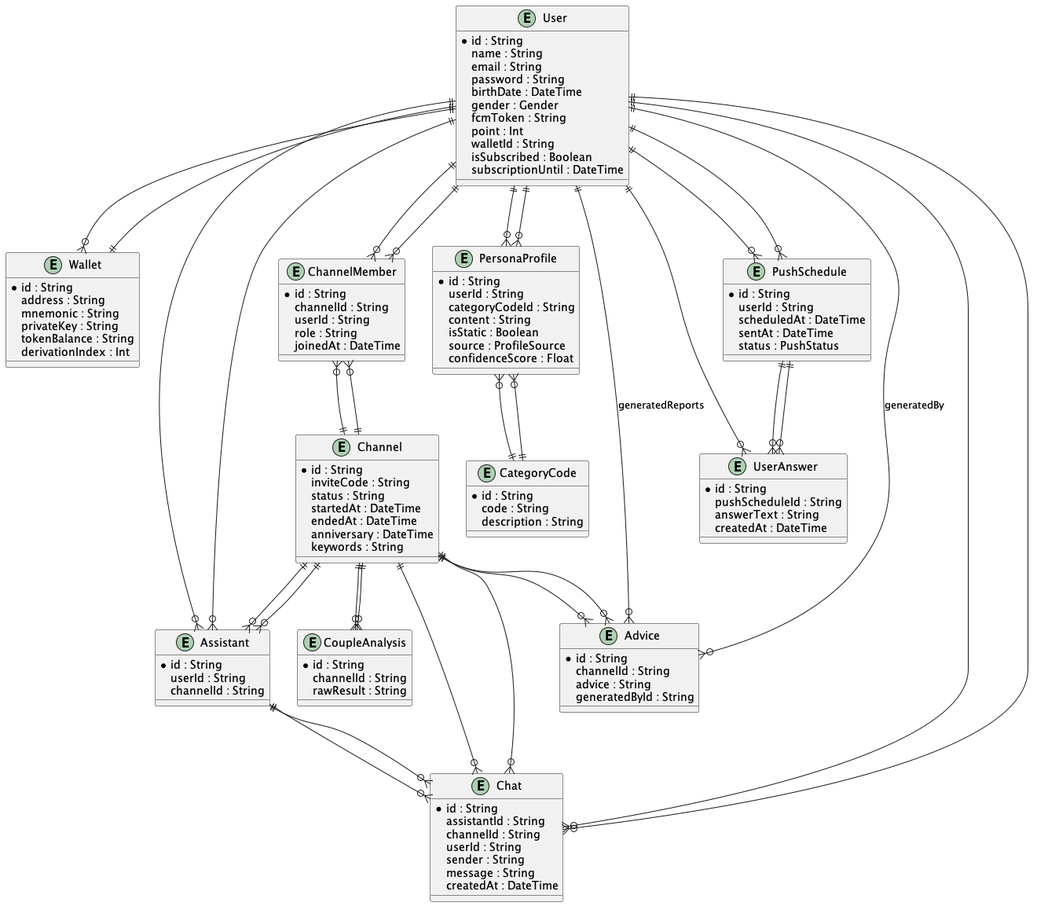
Before: docs/images/api/erd.png, a diagram exported from PlantUML (aw-birdgang/saiondo).
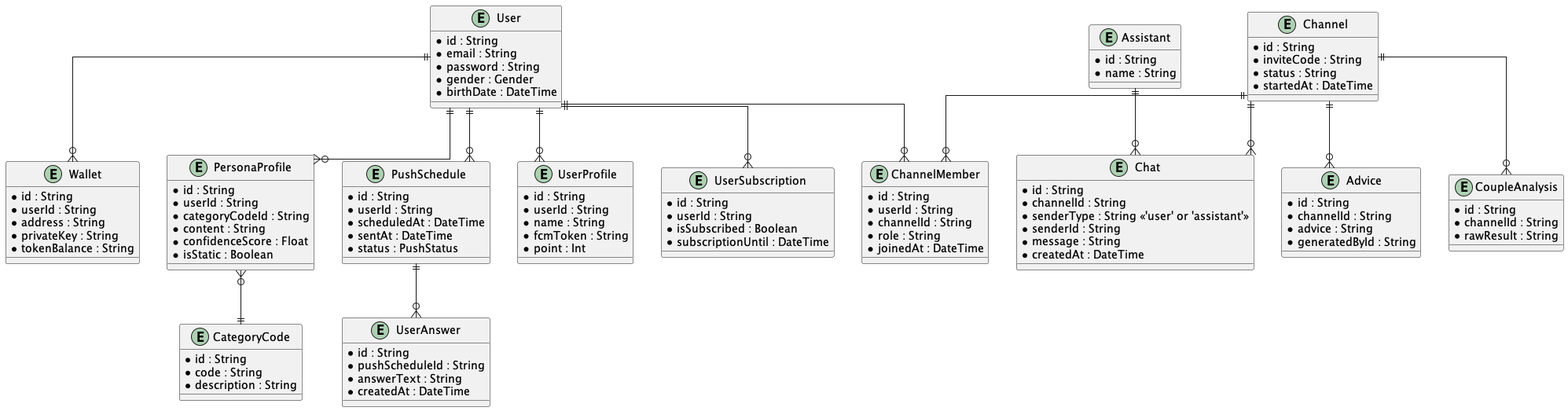
After the commit.

What changed in the source:
```diff
@@ -1,134 +1,127 @@
 @startuml
-entity "User" as User {
-  *id : String
-  name : String
-  email : String
-  password : String
-  birthDate : DateTime
-  gender : Gender
-  fcmToken : String
-  point : Int
-  walletId : String
-  isSubscribed : Boolean
-  subscriptionUntil : DateTime
+skinparam linetype ortho
+skinparam rectangle {
+  RoundCorner 10
 }
 
-entity "Wallet" as Wallet {
-  *id : String
-  address : String
-  mnemonic : String
-  privateKey : String
-  tokenBalance : String
-  derivationIndex : Int
+entity User {
+  * id : String
+  * email : String
+  * password : String
+  * gender : Gender
+  * birthDate : DateTime
 }
 
-entity "Channel" as Channel {
-  *id : String
-  inviteCode : String
-  status : String
-  startedAt : DateTime
-  endedAt : DateTime
-  anniversary : DateTime
-  keywords : String
+entity UserProfile {
+  * id : String
+  * userId : String
+  * name : String
+  * fcmToken : String
+  * point : Int
 }
 
-entity "ChannelMember" as ChannelMember {
-  *id : String
-  channelId : String
-  userId : String
-  role : String
-  joinedAt : DateTime
+entity UserSubscription {
+  * id : String
+  * userId : String
+  * isSubscribed : Boolean
+  * subscriptionUntil : DateTime
 }
 
-entity "Assistant" as Assistant {
-  *id : String
-  userId : String
-  channelId : String
+entity Wallet {
+  * id : String
+  * userId : String
+  * address : String
+  * privateKey : String
+  * tokenBalance : String
 }
 
-entity "Chat" as Chat {
-  *id : String
-  assistantId : String
-  channelId : String
-  userId : String
-  sender : String
-  message : String
-  createdAt : DateTime
+entity Channel {
+  * id : String
+  * inviteCode : String
+  * status : String
+  * startedAt : DateTime
 }
 
-entity "PersonaProfile" as PersonaProfile {
-  *id : String
-  userId : String
-  categoryCodeId : String
-  content : String
-  isStatic : Boolean
-  source : ProfileSource
-  confidenceScore : Float
+entity ChannelMember {
+  * id : String
+  * userId : String
+  * channelId : String
+  * role : String
+  * joinedAt : DateTime
 }
 
-entity "CategoryCode" as CategoryCode {
-  *id : String
-  code : String
-  description : String
+entity Chat {
+  * id : String
+  * channelId : String
+  * senderType : String << 'user' or 'assistant' >>
+  * senderId : String
+  * message : String
+  * createdAt : DateTime
 }
 
-entity "Advice" as Advice {
-  *id : String
-  channelId : String
-  advice : String
-  generatedById : String
+entity Assistant {
+  * id : String
+  * name : String
 }
 
-entity "CoupleAnalysis" as CoupleAnalysis {
-  *id : String
-  channelId : String
-  rawResult : String
+entity CoupleAnalysis {
+  * id : String
+  * channelId : String
+  * rawResult : String
 }
 
-entity "PushSchedule" as PushSchedule {
-  *id : String
-  userId : String
-  scheduledAt : DateTime
-  sentAt : DateTime
-  status : PushStatus
+entity PersonaProfile {
+  * id : String
+  * userId : String
+  * categoryCodeId : String
+  * content : String
+  * confidenceScore : Float
+  * isStatic : Boolean
 }
 
-entity "UserAnswer" as UserAnswer {
-  *id : String
-  pushScheduleId : String
-  answerText : String
-  createdAt : DateTime
+entity CategoryCode {
+  * id : String
+  * code : String
+  * description : String
 }
 
-User ||--o{ Wallet : ""
-User ||--o{ ChannelMember : ""
-User ||--o{ Assistant : ""
-User ||--o{ Chat : ""
-User ||--o{ PersonaProfile : ""
-User ||--o{ PushSchedule : ""
-User ||--o{ Advice : "generatedReports"
-User ||--o{ UserAnswer : ""
-Wallet ||--|| User : ""
-Channel ||--o{ ChannelMember : ""
-Channel ||--o{ Assistant : ""
-Channel ||--o{ Chat : ""
-Channel ||--o{ Advice : ""
-Channel ||--o{ CoupleAnalysis : ""
-ChannelMember }o--|| Channel : ""
-ChannelMember }o--|| User : ""
-Assistant }o--|| User : ""
-Assistant }o--|| Channel : ""
-Assistant ||--o{ Chat : ""
-Chat }o--|| Assistant : ""
-Chat }o--|| Channel : ""
-Chat }o--|| User : ""
-PersonaProfile }o--|| User : ""
-PersonaProfile }o--|| CategoryCode : ""
-CategoryCode ||--o{ PersonaProfile : ""
-Advice }o--|| Channel : ""
-Advice }o--|| User : "generatedBy"
-CoupleAnalysis }o--|| Channel : ""
-PushSchedule }o--|| User : ""
-PushSchedule ||--o{ UserAnswer : ""
-UserAnswer }o--|| PushSchedule : ""
+entity PushSchedule {
+  * id : String
+  * userId : String
+  * scheduledAt : DateTime
+  * sentAt : DateTime
+  * status : PushStatus
+}
+
+entity UserAnswer {
+  * id : String
+  * pushScheduleId : String
+  * answerText : String
+  * createdAt : DateTime
+}
+
+entity Advice {
+  * id : String
+  * channelId : String
+  * advice : String
+  * generatedById : String
+}
+
+User ||--o{ UserProfile
+User ||--o{ Wallet
+User ||--o{ ChannelMember
+User ||--o{ PushSchedule
+User ||--o{ UserSubscription
+User ||--o{ PersonaProfile
+
+Channel ||--o{ ChannelMember
+Channel ||--o{ Chat
+Channel ||--o{ CoupleAnalysis
+Channel ||--o{ Advice
+
+Assistant ||--o{ Chat
+
+PushSchedule ||--o{ UserAnswer
+PersonaProfile }o--|| CategoryCode
+
 @enduml
```
